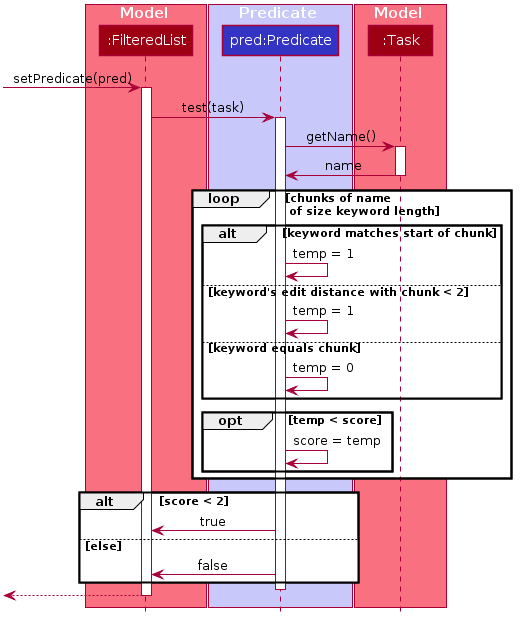
This is docs/images/PredicateSequenceDiagram.png from nus-cs2103-AY1920S2/addressbook-level3, a PlantUML export, as it was before one commit.
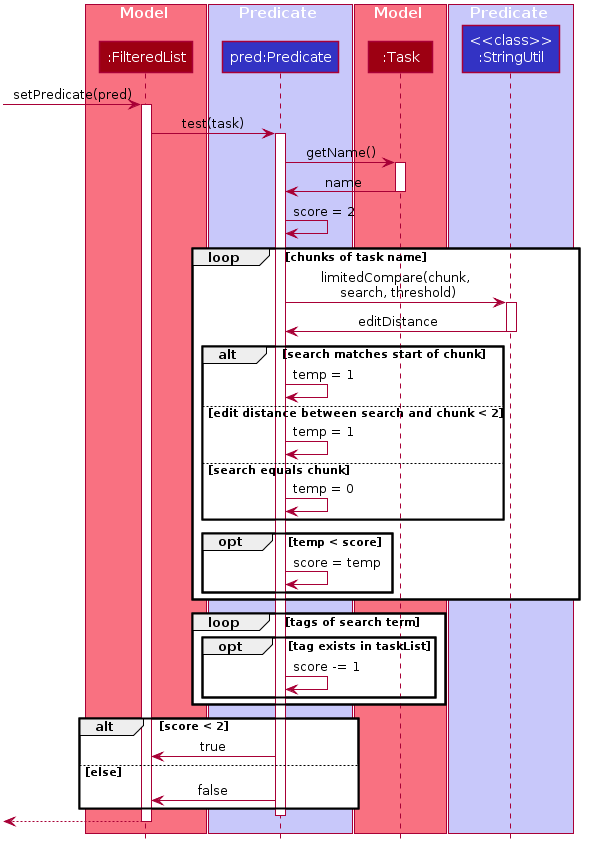
The same diagram one commit later.

What changed in the source:
```diff
@@ -61,6 +61,9 @@
 participant ":Task" as Task #9D0012
 end box
 
+box Predicate #C8C8FA
+participant "<<class>>\n:StringUtil" as StringUtil #3333C4
+end box
 
 [-> FilteredList : setPredicate(pred)
 activate FilteredList
@@ -73,16 +76,30 @@
 Task -> Predicate: name
 deactivate Task
 
-loop chunks of name\n of size keyword length
-    alt keyword matches start of chunk
+Predicate -> Predicate: score = 2
+
+loop chunks of task name
+    Predicate -> StringUtil: limitedCompare(chunk,\n search, threshold)
+    activate StringUtil
+    StringUtil -> Predicate: editDistance
+    deactivate StringUtil
+
+    alt search matches start of chunk
         Predicate -> Predicate: temp = 1
-    else keyword's edit distance with chunk < 2
+    else edit distance between search and chunk < 2
         Predicate -> Predicate: temp = 1
-    else keyword equals chunk
+    else search equals chunk
         Predicate -> Predicate: temp = 0
     end
+
     opt temp < score
         Predicate -> Predicate: score = temp
+    end
+end
+
+loop tags of search term
+    opt tag exists in taskList
+        Predicate -> Predicate: score -= 1
     end
 end
 
```
